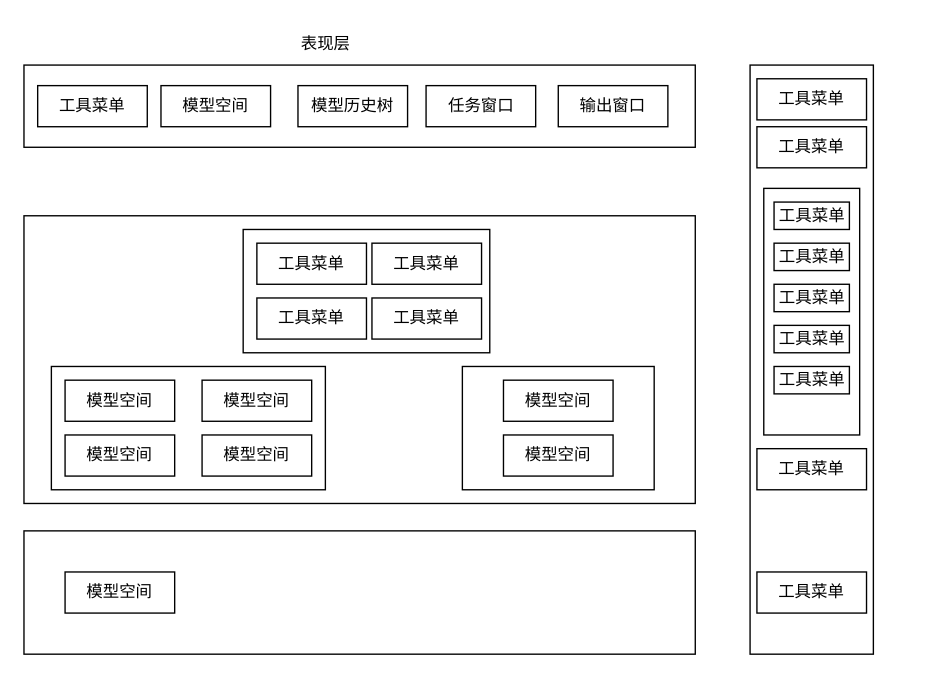
The draw.io diagram 系统分层架构图.drawio in liuhuliuhu123/First-test, before the edit. Source tidied: cells renumbered, new cells numbered last; positions are measured from the earlier drawing's top-left corner, leaving out a move shared by most shapes. Both pictures are drawn from the tidied source at 137%, with x=0, y=0 at pixel (23, 23).
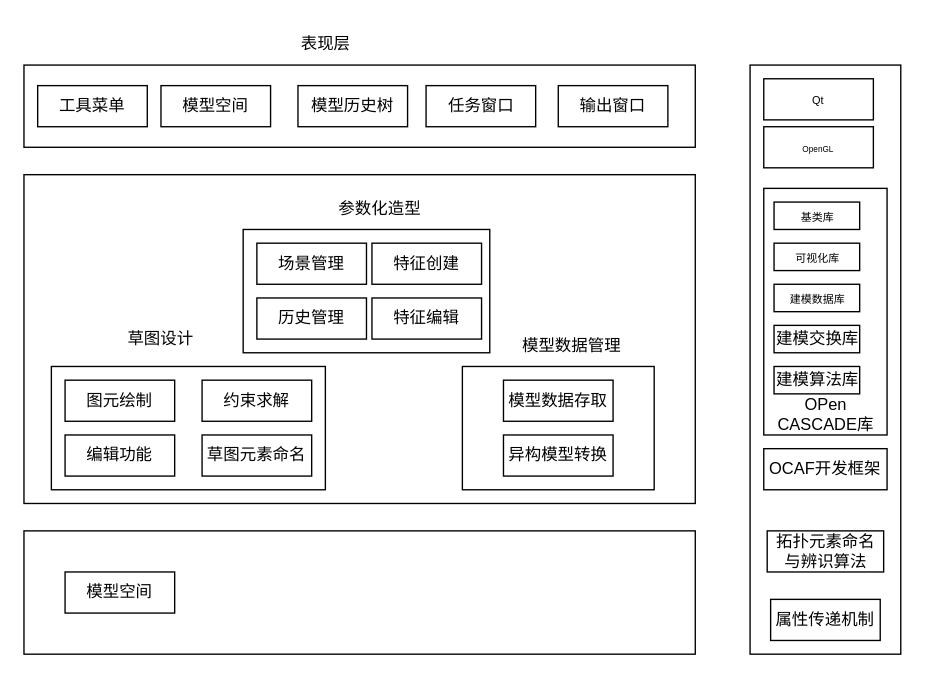
Above is the later version.

Commit message (it also covers changes not shown here):
更新系统分层架构图.drawio

Diff of the diagram source:
```diff
@@
     <mxCell id="3" style="rounded=0;whiteSpace=wrap;html=1;" parent="1" vertex="1">
-      <mxGeometry y="140" width="490" height="210" as="geometry" />
+      <mxGeometry y="110" width="490" height="240" as="geometry" />
     </mxCell>
@@
-    <mxCell id="12" value="工具菜单" style="rounded=0;whiteSpace=wrap;html=1;" parent="1" vertex="1">
+    <mxCell id="12" value="场景管理" style="rounded=0;whiteSpace=wrap;html=1;" parent="1" vertex="1">
       <mxGeometry x="170" y="160" width="80" height="30" as="geometry" />
     </mxCell>
-    <mxCell id="13" value="工具菜单" style="rounded=0;whiteSpace=wrap;html=1;" parent="1" vertex="1">
+    <mxCell id="13" value="历史管理" style="rounded=0;whiteSpace=wrap;html=1;" parent="1" vertex="1">
       <mxGeometry x="170" y="200" width="80" height="30" as="geometry" />
     </mxCell>
-    <mxCell id="14" value="工具菜单" style="rounded=0;whiteSpace=wrap;html=1;" parent="1" vertex="1">
+    <mxCell id="14" value="特征创建" style="rounded=0;whiteSpace=wrap;html=1;" parent="1" vertex="1">
       <mxGeometry x="254" y="160" width="80" height="30" as="geometry" />
     </mxCell>
-    <mxCell id="15" value="工具菜单" style="rounded=0;whiteSpace=wrap;html=1;" parent="1" vertex="1">
+    <mxCell id="15" value="特征编辑" style="rounded=0;whiteSpace=wrap;html=1;" parent="1" vertex="1">
       <mxGeometry x="254" y="200" width="80" height="30" as="geometry" />
     </mxCell>
@@
-    <mxCell id="18" value="模型空间" style="rounded=0;whiteSpace=wrap;html=1;" parent="1" vertex="1">
+    <mxCell id="18" value="图元绘制" style="rounded=0;whiteSpace=wrap;html=1;" parent="1" vertex="1">
       <mxGeometry x="30" y="260" width="80" height="30" as="geometry" />
     </mxCell>
-    <mxCell id="19" value="模型空间" style="rounded=0;whiteSpace=wrap;html=1;" parent="1" vertex="1">
+    <mxCell id="19" value="约束求解" style="rounded=0;whiteSpace=wrap;html=1;" parent="1" vertex="1">
       <mxGeometry x="130" y="260" width="80" height="30" as="geometry" />
     </mxCell>
-    <mxCell id="20" value="模型空间" style="rounded=0;whiteSpace=wrap;html=1;" parent="1" vertex="1">
+    <mxCell id="20" value="编辑功能" style="rounded=0;whiteSpace=wrap;html=1;" parent="1" vertex="1">
       <mxGeometry x="30" y="300" width="80" height="30" as="geometry" />
     </mxCell>
-    <mxCell id="21" value="模型空间" style="rounded=0;whiteSpace=wrap;html=1;" parent="1" vertex="1">
+    <mxCell id="21" value="草图元素命名" style="rounded=0;whiteSpace=wrap;html=1;" parent="1" vertex="1">
       <mxGeometry x="130" y="300" width="80" height="30" as="geometry" />
     </mxCell>
-    <mxCell id="22" value="模型空间" style="rounded=0;whiteSpace=wrap;html=1;" parent="1" vertex="1">
+    <mxCell id="22" value="模型数据存取" style="rounded=0;whiteSpace=wrap;html=1;" parent="1" vertex="1">
       <mxGeometry x="350" y="260" width="80" height="30" as="geometry" />
     </mxCell>
-    <mxCell id="23" value="模型空间" style="rounded=0;whiteSpace=wrap;html=1;" parent="1" vertex="1">
+    <mxCell id="23" value="异构模型转换" style="rounded=0;whiteSpace=wrap;html=1;" parent="1" vertex="1">
       <mxGeometry x="350" y="300" width="80" height="30" as="geometry" />
     </mxCell>
@@
     <mxCell id="25" style="rounded=0;whiteSpace=wrap;html=1;" parent="1" vertex="1">
-      <mxGeometry x="530" y="30" width="90" height="430" as="geometry" />
+      <mxGeometry x="530" y="30" width="110" height="430" as="geometry" />
     </mxCell>
-    <mxCell id="26" value="工具菜单" style="rounded=0;whiteSpace=wrap;html=1;" parent="1" vertex="1">
-      <mxGeometry x="535" y="40" width="80" height="30" as="geometry" />
+    <mxCell id="26" value="&lt;font style=&quot;font-size: 8px;&quot;&gt;Qt&lt;/font&gt;" style="rounded=0;whiteSpace=wrap;html=1;" parent="1" vertex="1">
+      <mxGeometry x="540" y="40" width="80" height="30" as="geometry" />
     </mxCell>
-    <mxCell id="27" value="工具菜单" style="rounded=0;whiteSpace=wrap;html=1;" parent="1" vertex="1">
-      <mxGeometry x="535" y="75" width="80" height="30" as="geometry" />
+    <mxCell id="27" value="&lt;font style=&quot;font-size: 6px;&quot;&gt;OpenGL&lt;/font&gt;" style="rounded=0;whiteSpace=wrap;html=1;" parent="1" vertex="1">
+      <mxGeometry x="540" y="75" width="80" height="30" as="geometry" />
     </mxCell>
     <mxCell id="28" style="rounded=0;whiteSpace=wrap;html=1;" parent="1" vertex="1">
-      <mxGeometry x="540" y="120" width="70" height="180" as="geometry" />
+      <mxGeometry x="540" y="120" width="90" height="180" as="geometry" />
     </mxCell>
-    <mxCell id="29" value="工具菜单" style="rounded=0;whiteSpace=wrap;html=1;" parent="1" vertex="1">
-      <mxGeometry x="547.5" y="130" width="55" height="20" as="geometry" />
+    <mxCell id="29" value="&lt;font style=&quot;font-size: 8px;&quot;&gt;基类库&lt;/font&gt;" style="rounded=0;whiteSpace=wrap;html=1;" parent="1" vertex="1">
+      <mxGeometry x="547.5" y="130" width="62.5" height="20" as="geometry" />
     </mxCell>
-    <mxCell id="30" value="工具菜单" style="rounded=0;whiteSpace=wrap;html=1;" parent="1" vertex="1">
-      <mxGeometry x="547.5" y="160" width="55" height="20" as="geometry" />
+    <mxCell id="30" value="&lt;font style=&quot;font-size: 8px;&quot;&gt;可视化库&lt;/font&gt;" style="rounded=0;whiteSpace=wrap;html=1;" parent="1" vertex="1">
+      <mxGeometry x="547.5" y="160" width="62.5" height="20" as="geometry" />
     </mxCell>
-    <mxCell id="31" value="工具菜单" style="rounded=0;whiteSpace=wrap;html=1;" parent="1" vertex="1">
-      <mxGeometry x="547.5" y="190" width="55" height="20" as="geometry" />
+    <mxCell id="31" value="&lt;font style=&quot;font-size: 8px;&quot;&gt;建模数据库&lt;/font&gt;" style="rounded=0;whiteSpace=wrap;html=1;" parent="1" vertex="1">
+      <mxGeometry x="547.5" y="190" width="62.5" height="20" as="geometry" />
     </mxCell>
-    <mxCell id="32" value="工具菜单" style="rounded=0;whiteSpace=wrap;html=1;" parent="1" vertex="1">
-      <mxGeometry x="547.5" y="220" width="55" height="20" as="geometry" />
+    <mxCell id="32" value="建模交换库" style="rounded=0;whiteSpace=wrap;html=1;" parent="1" vertex="1">
+      <mxGeometry x="547.5" y="220" width="62.5" height="20" as="geometry" />
     </mxCell>
-    <mxCell id="33" value="工具菜单" style="rounded=0;whiteSpace=wrap;html=1;" parent="1" vertex="1">
-      <mxGeometry x="547.5" y="250" width="55" height="20" as="geometry" />
+    <mxCell id="33" value="建模算法库" style="rounded=0;whiteSpace=wrap;html=1;" parent="1" vertex="1">
+      <mxGeometry x="547.5" y="250" width="62.5" height="20" as="geometry" />
     </mxCell>
-    <mxCell id="34" value="工具菜单" style="rounded=0;whiteSpace=wrap;html=1;" parent="1" vertex="1">
-      <mxGeometry x="535" y="310" width="80" height="30" as="geometry" />
+    <mxCell id="34" value="OCAF开发框架" style="rounded=0;whiteSpace=wrap;html=1;" parent="1" vertex="1">
+      <mxGeometry x="540" y="310" width="90" height="30" as="geometry" />
     </mxCell>
-    <mxCell id="35" value="工具菜单" style="rounded=0;whiteSpace=wrap;html=1;" parent="1" vertex="1">
-      <mxGeometry x="535" y="400" width="80" height="30" as="geometry" />
+    <mxCell id="35" value="拓扑元素命名与辨识算法" style="rounded=0;whiteSpace=wrap;html=1;" parent="1" vertex="1">
+      <mxGeometry x="542.5" y="370" width="85" height="30" as="geometry" />
     </mxCell>
+    <mxCell id="36" value="属性传递机制" style="rounded=0;whiteSpace=wrap;html=1;" parent="1" vertex="1">
+      <mxGeometry x="545" y="420" width="80" height="30" as="geometry" />
+    </mxCell>
+    <mxCell id="37" value="OPen&lt;br&gt;CASCADE库" style="text;html=1;strokeColor=none;fillColor=none;align=center;verticalAlign=middle;whiteSpace=wrap;rounded=0;" parent="1" vertex="1">
+      <mxGeometry x="547.5" y="270" width="75" height="30" as="geometry" />
+    </mxCell>
+    <mxCell id="38" value="草图设计" style="text;html=1;strokeColor=none;fillColor=none;align=center;verticalAlign=middle;whiteSpace=wrap;rounded=0;" parent="1" vertex="1">
+      <mxGeometry x="70" y="215" width="60" height="30" as="geometry" />
+    </mxCell>
+    <mxCell id="39" value="模型数据管理" style="text;html=1;strokeColor=none;fillColor=none;align=center;verticalAlign=middle;whiteSpace=wrap;rounded=0;" parent="1" vertex="1">
+      <mxGeometry x="360" y="220" width="80" height="30" as="geometry" />
+    </mxCell>
+    <mxCell id="40" value="参数化造型" style="text;html=1;strokeColor=none;fillColor=none;align=center;verticalAlign=middle;whiteSpace=wrap;rounded=0;" parent="1" vertex="1">
+      <mxGeometry x="220" y="120" width="80" height="30" as="geometry" />
+    </mxCell>
```
